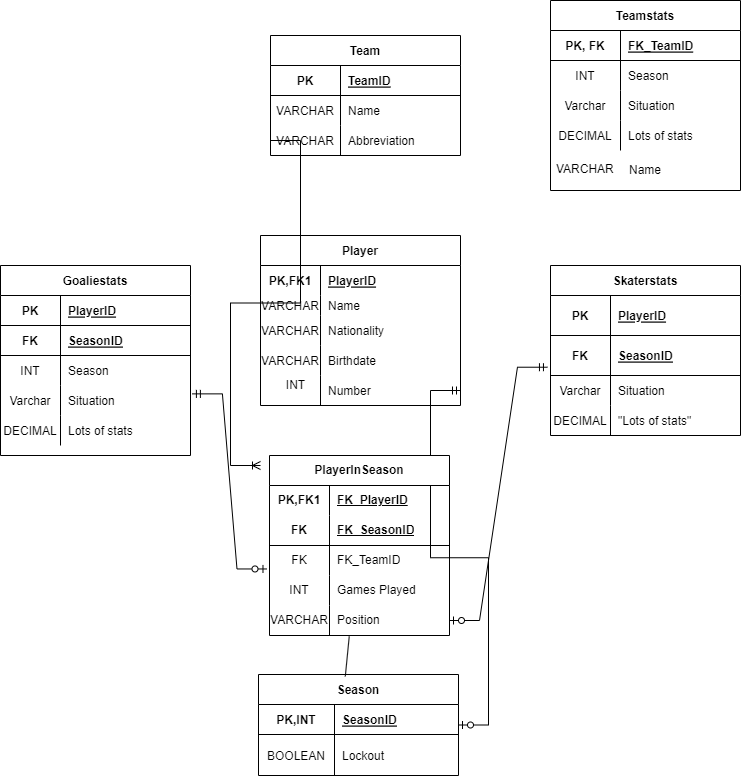
eeroryha/DBS-Harkkaty- keeps this draw.io diagram as ER-kaavio.png. Above is the earlier version. Source tidied: cells renumbered, new cells last; positions are measured from the earlier drawing's top-left corner, leaving out a move shared by most shapes.
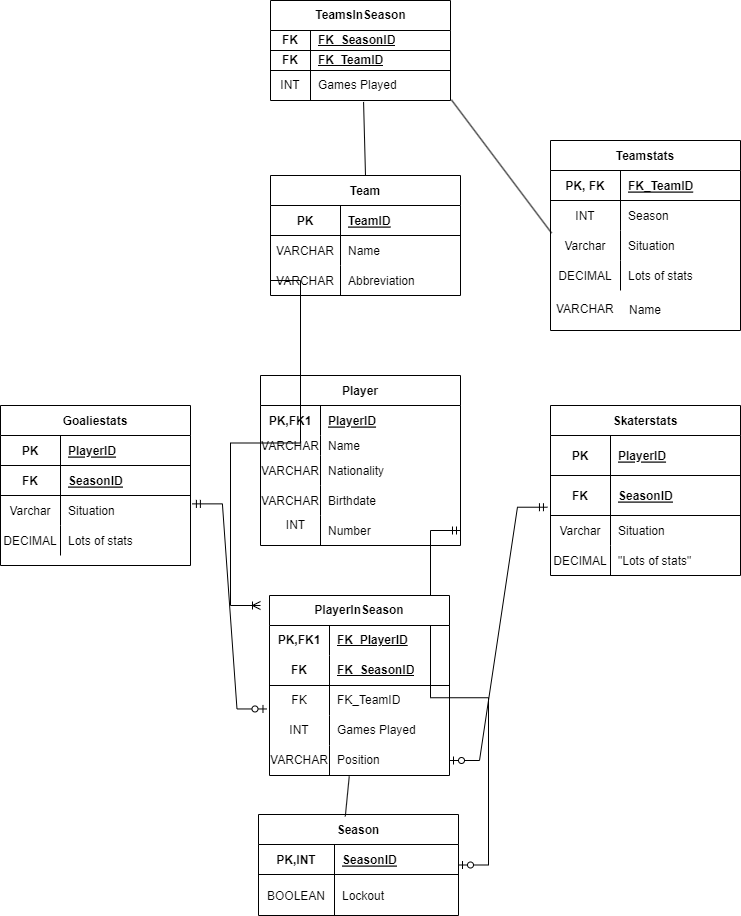
Above is the later version.

What changed in the source:
```diff
@@ -152,7 +152,7 @@
       <mxGeometry relative="1" as="geometry" />
     </mxCell>
     <mxCell id="51" value="Goaliestats" style="shape=table;startSize=30;rowLines=0;fontStyle=1;align=center;" parent="1" vertex="1">
-      <mxGeometry y="265" width="190" height="190" as="geometry" />
+      <mxGeometry y="265" width="190" height="160" as="geometry" />
     </mxCell>
     <mxCell id="52" style="shape=tableRow;horizontal=0;startSize=0;swimlaneHead=0;swimlaneBody=0;fillColor=none;top=0;left=0;right=0;bottom=1;" parent="51" vertex="1">
       <mxGeometry y="30" width="190" height="30" as="geometry" />
@@ -172,17 +172,8 @@
     <mxCell id="57" value="SeasonID" style="shape=partialRectangle;fillColor=none;top=0;left=0;bottom=0;right=0;align=left;spacingLeft=6;fontStyle=5;overflow=hidden;" parent="55" vertex="1">
       <mxGeometry x="60" width="130" height="30" as="geometry" />
     </mxCell>
-    <mxCell id="58" style="shape=tableRow;horizontal=0;startSize=0;swimlaneHead=0;swimlaneBody=0;fillColor=none;top=0;left=0;right=0;bottom=0;" parent="51" vertex="1">
-      <mxGeometry y="90" width="190" height="30" as="geometry" />
-    </mxCell>
-    <mxCell id="59" value="INT" style="shape=partialRectangle;fillColor=none;top=0;left=0;bottom=0;right=0;overflow=hidden;" parent="58" vertex="1">
-      <mxGeometry width="60" height="30" as="geometry" />
-    </mxCell>
-    <mxCell id="60" value="Season" style="shape=partialRectangle;fillColor=none;top=0;left=0;bottom=0;right=0;align=left;spacingLeft=6;overflow=hidden;" parent="58" vertex="1">
-      <mxGeometry x="60" width="130" height="30" as="geometry" />
-    </mxCell>
     <mxCell id="61" style="shape=tableRow;horizontal=0;startSize=0;swimlaneHead=0;swimlaneBody=0;fillColor=none;points=[[0,0.5],[1,0.5]];portConstraint=eastwest;top=0;left=0;right=0;bottom=0;" parent="51" vertex="1">
-      <mxGeometry y="120" width="190" height="30" as="geometry" />
+      <mxGeometry y="90" width="190" height="30" as="geometry" />
     </mxCell>
     <mxCell id="62" value="Varchar" style="shape=partialRectangle;fillColor=none;top=0;left=0;bottom=0;right=0;overflow=hidden;" parent="61" vertex="1">
       <mxGeometry width="60" height="30" as="geometry" />
@@ -191,7 +182,7 @@
       <mxGeometry x="60" width="130" height="30" as="geometry" />
     </mxCell>
     <mxCell id="64" style="shape=tableRow;horizontal=0;startSize=0;swimlaneHead=0;swimlaneBody=0;fillColor=none;top=0;left=0;right=0;bottom=0;" parent="51" vertex="1">
-      <mxGeometry y="150" width="190" height="30" as="geometry" />
+      <mxGeometry y="120" width="190" height="30" as="geometry" />
     </mxCell>
     <mxCell id="65" value="DECIMAL" style="shape=partialRectangle;fillColor=none;top=0;left=0;bottom=0;right=0;overflow=hidden;" parent="64" vertex="1">
       <mxGeometry width="60" height="30" as="geometry" />
@@ -316,5 +307,41 @@
     <mxCell id="105" style="endArrow=none;html=1;rounded=0;entryX=0.434;entryY=0.019;entryDx=0;entryDy=0;entryPerimeter=0;exitX=0.443;exitY=1.03;exitDx=0;exitDy=0;exitPerimeter=0;" parent="1" edge="1" source="102" target="30">
       <mxGeometry relative="1" as="geometry" />
     </mxCell>
+    <mxCell id="106" value="TeamsInSeason" style="shape=table;startSize=30;rowLines=0;fontStyle=1;align=center;html=1;" parent="1" vertex="1">
+      <mxGeometry x="270" y="-140" width="180" height="100" as="geometry" />
+    </mxCell>
+    <mxCell id="107" style="shape=tableRow;horizontal=0;startSize=0;swimlaneHead=0;swimlaneBody=0;fillColor=none;top=0;left=0;right=0;bottom=1;" parent="106" vertex="1">
+      <mxGeometry y="30" width="180" height="20" as="geometry" />
+    </mxCell>
+    <mxCell id="108" value="FK" style="shape=partialRectangle;fillColor=none;top=0;left=0;bottom=0;right=0;fontStyle=1;overflow=hidden;whiteSpace=wrap;html=1;" parent="107" vertex="1">
+      <mxGeometry width="40" height="20" as="geometry" />
+    </mxCell>
+    <mxCell id="109" value="FK_SeasonID" style="shape=partialRectangle;fillColor=none;top=0;left=0;bottom=0;right=0;align=left;spacingLeft=6;fontStyle=5;overflow=hidden;whiteSpace=wrap;html=1;" parent="107" vertex="1">
+      <mxGeometry x="40" width="140" height="20" as="geometry" />
+    </mxCell>
+    <mxCell id="110" style="shape=tableRow;horizontal=0;startSize=0;swimlaneHead=0;swimlaneBody=0;fillColor=none;top=0;left=0;right=0;bottom=1;" parent="106" vertex="1">
+      <mxGeometry y="50" width="180" height="20" as="geometry" />
+    </mxCell>
+    <mxCell id="111" value="FK" style="shape=partialRectangle;fillColor=none;top=0;left=0;bottom=0;right=0;fontStyle=1;overflow=hidden;whiteSpace=wrap;html=1;" parent="110" vertex="1">
+      <mxGeometry width="40" height="20" as="geometry" />
+    </mxCell>
+    <mxCell id="112" value="FK_TeamID" style="shape=partialRectangle;fillColor=none;top=0;left=0;bottom=0;right=0;align=left;spacingLeft=6;fontStyle=5;overflow=hidden;whiteSpace=wrap;html=1;" parent="110" vertex="1">
+      <mxGeometry x="40" width="140" height="20" as="geometry" />
+    </mxCell>
+    <mxCell id="113" style="shape=tableRow;horizontal=0;startSize=0;swimlaneHead=0;swimlaneBody=0;fillColor=none;points=[[0,0.5],[1,0.5]];portConstraint=eastwest;top=0;left=0;right=0;bottom=0;" parent="106" vertex="1">
+      <mxGeometry y="70" width="180" height="30" as="geometry" />
+    </mxCell>
+    <mxCell id="59" value="INT" style="shape=partialRectangle;fillColor=none;top=0;left=0;bottom=0;right=0;overflow=hidden;whiteSpace=wrap;html=1;" parent="113" vertex="1">
+      <mxGeometry width="40" height="30" as="geometry" />
+    </mxCell>
+    <mxCell id="114" value="Games Played" style="shape=partialRectangle;fillColor=none;top=0;left=0;bottom=0;right=0;align=left;spacingLeft=6;overflow=hidden;whiteSpace=wrap;html=1;" parent="113" vertex="1">
+      <mxGeometry x="40" width="140" height="30" as="geometry" />
+    </mxCell>
+    <mxCell id="115" style="endArrow=none;html=1;rounded=0;entryX=0.517;entryY=1.047;entryDx=0;entryDy=0;entryPerimeter=0;exitX=0.5;exitY=0;exitDx=0;exitDy=0;" parent="1" edge="1" source="19" target="113">
+      <mxGeometry relative="1" as="geometry" />
+    </mxCell>
+    <mxCell id="116" style="endArrow=none;html=1;rounded=0;entryX=1.005;entryY=0.977;entryDx=0;entryDy=0;entryPerimeter=0;exitX=0.006;exitY=0.088;exitDx=0;exitDy=0;exitPerimeter=0;" parent="1" edge="1" source="75" target="113">
+      <mxGeometry relative="1" as="geometry" />
+    </mxCell>
   </root>
 </mxGraphModel>
```
